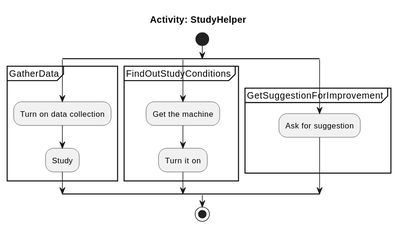
This is Documentation/Analysis/StudyHelper_Activity.svg from SEP4Real/SEP4, a PlantUML export, as it was before one commit.
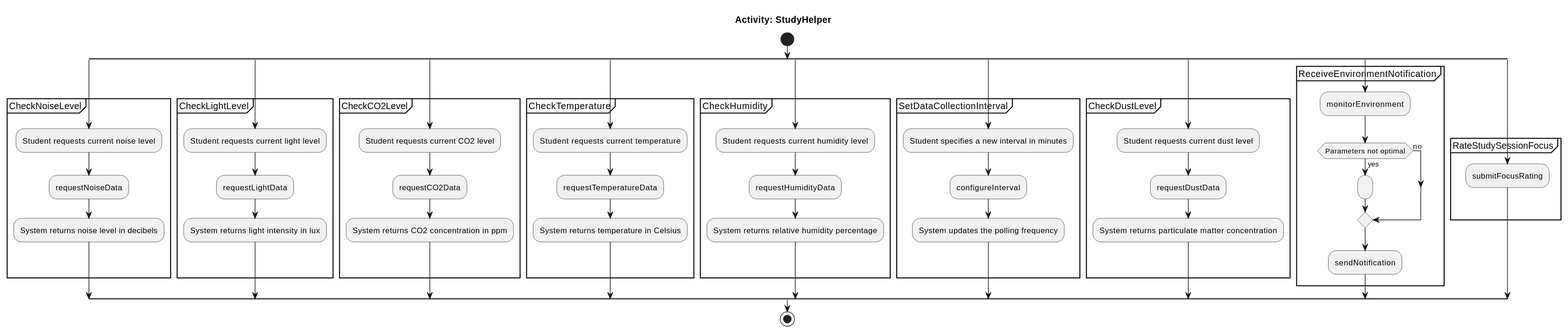
After the change.

Change to the diagram source:
```diff
@@ -3,23 +3,76 @@
 title Activity: StudyHelper
 start
 split
-partition "GatherData" {
-    label GatherData_start
-    :Turn on data collection;
-    :Study;
-    label GatherData_end
+partition "CheckNoiseLevel" {
+    label CheckNoiseLevel_start
+    :Student requests current noise level;
+    :requestNoiseData;
+    :System returns noise level in decibels;
+    label CheckNoiseLevel_end
 }
 split again
-partition "FindOutStudyConditions" {
-    label FindOutStudyConditions_start
-    :Get the machine;
-    :Turn it on;
-    label FindOutStudyConditions_end
+partition "CheckLightLevel" {
+    label CheckLightLevel_start
+    :Student requests current light level;
+    :requestLightData;
+    :System returns light intensity in lux;
+    label CheckLightLevel_end
 }
 split again
-partition "GetSuggestionForImprovement" {
-    :Ask for suggestion;
-    label GetSuggestionForImprovement_end
+partition "CheckCO2Level" {
+    label CheckCO2Level_start
+    :Student requests current CO2 level;
+    :requestCO2Data;
+    :System returns CO2 concentration in ppm;
+    label CheckCO2Level_end
+}
+split again
+partition "CheckTemperature" {
+    label CheckTemperature_start
+    :Student requests current temperature;
+    :requestTemperatureData;
+    :System returns temperature in Celsius;
+    label CheckTemperature_end
+}
+split again
+partition "CheckHumidity" {
+    label CheckHumidity_start
+    :Student requests current humidity level;
+    :requestHumidityData;
+    :System returns relative humidity percentage;
+    label CheckHumidity_end
+}
+split again
+partition "SetDataCollectionInterval" {
+    label SetDataCollectionInterval_start
+    :Student specifies a new interval in minutes;
+    :configureInterval;
+    :System updates the polling frequency;
+    label SetDataCollectionInterval_end
+}
+split again
+partition "CheckDustLevel" {
+    label CheckDustLevel_start
+    :Student requests current dust level;
+    :requestDustData;
+    :System returns particulate matter concentration;
+    label CheckDustLevel_end
+}
+split again
+partition "ReceiveEnvironmentNotification" {
+    :monitorEnvironment;
+    label ReceiveEnvironmentNotification_
+    if (Parameters not optimal) then (yes)
+      :;
+    else (no)
+    endif
+    :sendNotification;
+    label ReceiveEnvironmentNotification_end
+}
+split again
+partition "RateStudySessionFocus" {
+    :submitFocusRating;
+    label RateStudySessionFocus_end
 }
 endsplit
 stop
```
